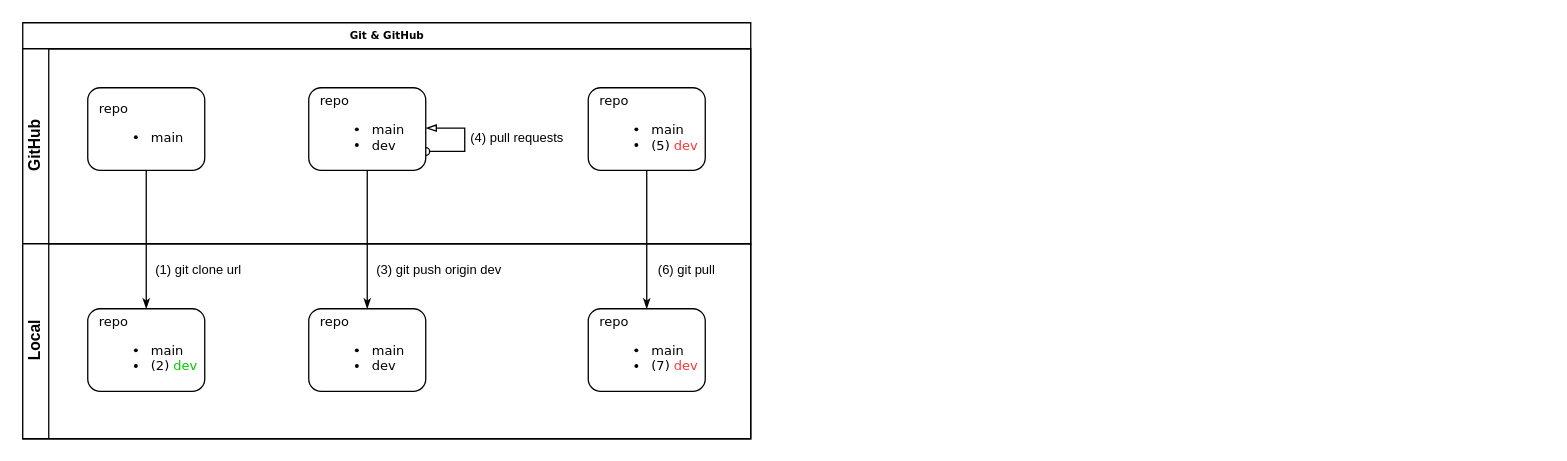
Before: Flujo colaborativo GitGitHub.drawio in dannylarrea/draw.io, a draw.io diagram. Source tidied: cells renumbered, new cells numbered last; positions are measured from the earlier drawing's top-left corner, leaving out a move shared by most shapes. Both pictures are drawn from the tidied source at 130%, with x=0, y=0 at pixel (22, 22).
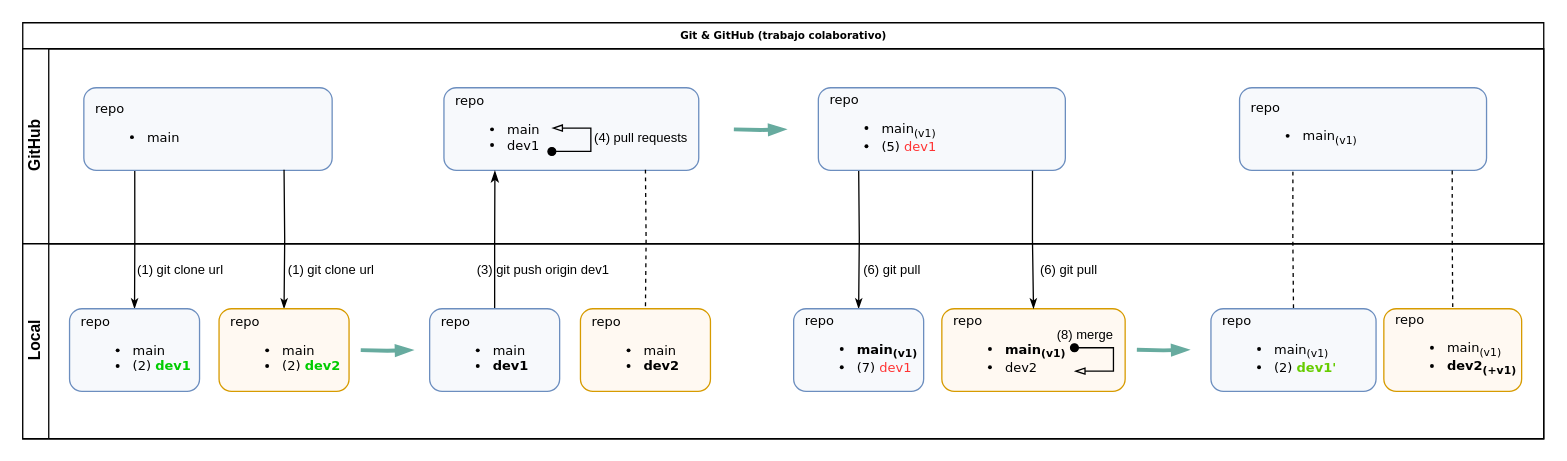
The same page after the edit.

Diff of the diagram source:
```diff
@@
+    <mxCell id="19" value="repo&lt;br style=&quot;font-size: 10px&quot;&gt;&lt;ul style=&quot;font-size: 10px&quot;&gt;&lt;li style=&quot;font-size: 10px&quot;&gt;&lt;span style=&quot;font-size: 10px&quot;&gt;&lt;b&gt;main&lt;sub&gt;(v1)&lt;/sub&gt;&lt;/b&gt;&lt;/span&gt;&lt;/li&gt;&lt;li style=&quot;font-size: 10px&quot;&gt;&lt;span style=&quot;font-size: 10px&quot;&gt;dev2&lt;/span&gt;&lt;/li&gt;&lt;/ul&gt;" style="rounded=1;whiteSpace=wrap;html=1;shadow=0;labelBackgroundColor=none;strokeWidth=1;fontFamily=Verdana;fontSize=10;align=left;spacingLeft=7;fillColor=#FFF9F2;strokeColor=#d79b00;" parent="1" vertex="1">
+      <mxGeometry x="707" y="220" width="141" height="63.5" as="geometry" />
+    </mxCell>
-    <mxCell id="2" value="Git &amp;amp; GitHub" style="swimlane;html=1;horizontal=1;startSize=20;rounded=0;shadow=0;labelBackgroundColor=none;strokeWidth=1;fontFamily=Verdana;fontSize=8;align=center;" parent="1" vertex="1">
-      <mxGeometry width="560" height="320" as="geometry" />
+    <mxCell id="2" value="Git &amp;amp; GitHub (trabajo colaborativo)" style="swimlane;html=1;horizontal=1;startSize=20;rounded=0;shadow=0;labelBackgroundColor=none;strokeWidth=1;fontFamily=Verdana;fontSize=8;align=center;" parent="1" vertex="1">
+      <mxGeometry width="1170" height="320" as="geometry" />
     </mxCell>
-    <mxCell id="3" style="edgeStyle=orthogonalEdgeStyle;rounded=0;html=1;labelBackgroundColor=none;startArrow=none;startFill=0;startSize=5;endArrow=classicThin;endFill=1;endSize=5;jettySize=auto;strokeWidth=1;fontFamily=Verdana;fontSize=8;entryX=0.5;entryY=0;entryDx=0;entryDy=0;" parent="2" edge="1" source="6" target="9">
+    <mxCell id="3" style="edgeStyle=orthogonalEdgeStyle;rounded=0;html=1;labelBackgroundColor=none;startArrow=none;startFill=0;startSize=5;endArrow=classicThin;endFill=1;endSize=5;jettySize=auto;strokeWidth=1;fontFamily=Verdana;fontSize=8;exitX=0.205;exitY=0.992;exitDx=0;exitDy=0;exitPerimeter=0;entryX=0.5;entryY=0;entryDx=0;entryDy=0;" parent="2" edge="1" source="6" target="9">
       <mxGeometry relative="1" as="geometry" />
     </mxCell>
     <mxCell id="4" value="GitHub" style="swimlane;html=1;startSize=20;horizontal=0;" parent="2" vertex="1">
-      <mxGeometry y="20" width="560" height="150" as="geometry" />
+      <mxGeometry y="20" width="1170" height="150" as="geometry" />
     </mxCell>
-    <mxCell id="5" style="endArrow=blockThin;html=1;rounded=0;fontSize=10;strokeWidth=1;endFill=0;startArrow=oval;startFill=0;" parent="4" edge="1">
-      <mxGeometry relative="1" as="geometry">
-        <mxPoint x="310" y="79" as="sourcePoint" />
-        <mxPoint x="310" y="61" as="targetPoint" />
-        <Array as="points">
-          <mxPoint x="340" y="79" />
-          <mxPoint x="340" y="61" />
-        </Array>
-      </mxGeometry>
-    </mxCell>
-    <mxCell id="6" value="repo&lt;br style=&quot;font-size: 10px;&quot;&gt;&lt;ul style=&quot;font-size: 10px;&quot;&gt;&lt;li style=&quot;font-size: 10px;&quot;&gt;&lt;span style=&quot;font-size: 10px;&quot;&gt;main&lt;/span&gt;&lt;/li&gt;&lt;/ul&gt;" style="rounded=1;whiteSpace=wrap;html=1;shadow=0;labelBackgroundColor=none;strokeWidth=1;fontFamily=Verdana;fontSize=10;align=left;spacingLeft=7;" parent="4" vertex="1">
-      <mxGeometry x="50" y="30" width="90" height="63.5" as="geometry" />
+    <mxCell id="6" value="repo&lt;br style=&quot;font-size: 10px&quot;&gt;&lt;ul style=&quot;font-size: 10px&quot;&gt;&lt;li style=&quot;font-size: 10px&quot;&gt;&lt;span style=&quot;font-size: 10px&quot;&gt;main&lt;/span&gt;&lt;/li&gt;&lt;/ul&gt;" style="rounded=1;whiteSpace=wrap;html=1;shadow=0;labelBackgroundColor=none;strokeWidth=1;fontFamily=Verdana;fontSize=10;align=left;spacingLeft=7;fillColor=#F7F9FC;strokeColor=#6c8ebf;" parent="4" vertex="1">
+      <mxGeometry x="47" y="30" width="191" height="63.5" as="geometry" />
     </mxCell>
-    <mxCell id="7" value="(4) pull requests" style="text;html=1;align=center;verticalAlign=middle;strokeColor=none;fillColor=none;fontSize=10;" parent="4" vertex="1">
-      <mxGeometry x="335" y="58" width="90" height="20" as="geometry" />
-    </mxCell>
     <mxCell id="8" value="Local" style="swimlane;html=1;startSize=20;horizontal=0;" parent="2" vertex="1">
-      <mxGeometry y="170" width="560" height="150" as="geometry" />
+      <mxGeometry y="170" width="1170" height="150" as="geometry" />
     </mxCell>
-    <mxCell id="9" value="repo&lt;br style=&quot;font-size: 10px&quot;&gt;&lt;ul style=&quot;font-size: 10px&quot;&gt;&lt;li style=&quot;font-size: 10px&quot;&gt;&lt;span style=&quot;font-size: 10px&quot;&gt;main&lt;/span&gt;&lt;/li&gt;&lt;li style=&quot;font-size: 10px&quot;&gt;&lt;span style=&quot;font-size: 10px&quot;&gt;(2) &lt;font color=&quot;#00cc00&quot;&gt;dev&lt;/font&gt;&lt;/span&gt;&lt;/li&gt;&lt;/ul&gt;" style="rounded=1;whiteSpace=wrap;html=1;shadow=0;labelBackgroundColor=none;strokeWidth=1;fontFamily=Verdana;fontSize=10;align=left;spacingLeft=7;" parent="8" vertex="1">
-      <mxGeometry x="50" y="50" width="90" height="63.5" as="geometry" />
+    <mxCell id="9" value="repo&lt;br style=&quot;font-size: 10px&quot;&gt;&lt;ul style=&quot;font-size: 10px&quot;&gt;&lt;li style=&quot;font-size: 10px&quot;&gt;&lt;span style=&quot;font-size: 10px&quot;&gt;main&lt;/span&gt;&lt;/li&gt;&lt;li style=&quot;font-size: 10px&quot;&gt;&lt;span style=&quot;font-size: 10px&quot;&gt;(2) &lt;font color=&quot;#00cc00&quot;&gt;&lt;b&gt;dev1&lt;/b&gt;&lt;/font&gt;&lt;/span&gt;&lt;/li&gt;&lt;/ul&gt;" style="rounded=1;whiteSpace=wrap;html=1;shadow=0;labelBackgroundColor=none;strokeWidth=1;fontFamily=Verdana;fontSize=10;align=left;spacingLeft=7;fillColor=#F7F9FC;strokeColor=#6c8ebf;" parent="8" vertex="1">
+      <mxGeometry x="36" y="50" width="100" height="63.5" as="geometry" />
     </mxCell>
     <mxCell id="10" value="&lt;font style=&quot;font-size: 10px&quot;&gt;(1) git clone url&lt;/font&gt;" style="text;html=1;align=center;verticalAlign=middle;strokeColor=none;fillColor=none;" parent="8" vertex="1">
-      <mxGeometry x="95" y="10" width="80" height="20" as="geometry" />
+      <mxGeometry x="81" y="10" width="80" height="20" as="geometry" />
     </mxCell>
-    <mxCell id="11" value="&lt;font style=&quot;font-size: 10px&quot;&gt;(3) git push origin dev&lt;/font&gt;" style="text;html=1;align=center;verticalAlign=middle;strokeColor=none;fillColor=none;" parent="8" vertex="1">
-      <mxGeometry x="265" y="10" width="110" height="20" as="geometry" />
-    </mxCell>
-    <mxCell id="12" value="&lt;font style=&quot;font-size: 10px&quot;&gt;(6) git pull&lt;/font&gt;" style="text;html=1;align=left;verticalAlign=middle;strokeColor=none;fillColor=none;" parent="8" vertex="1">
-      <mxGeometry x="487" y="10" width="60" height="20" as="geometry" />
-    </mxCell>
-    <mxCell id="13" style="edgeStyle=orthogonalEdgeStyle;rounded=0;html=1;labelBackgroundColor=none;startArrow=none;startFill=0;startSize=5;endArrow=classicThin;endFill=1;endSize=5;jettySize=auto;strokeWidth=1;fontFamily=Verdana;fontSize=8;entryX=0.5;entryY=0;entryDx=0;entryDy=0;" parent="1" edge="1" source="15" target="14">
-      <mxGeometry relative="1" as="geometry" />
-    </mxCell>
-    <mxCell id="14" value="repo&lt;br style=&quot;font-size: 10px&quot;&gt;&lt;ul style=&quot;font-size: 10px&quot;&gt;&lt;li style=&quot;font-size: 10px&quot;&gt;&lt;span style=&quot;font-size: 10px&quot;&gt;main&lt;/span&gt;&lt;/li&gt;&lt;li style=&quot;font-size: 10px&quot;&gt;&lt;span style=&quot;font-size: 10px&quot;&gt;dev&lt;/span&gt;&lt;/li&gt;&lt;/ul&gt;" style="rounded=1;whiteSpace=wrap;html=1;shadow=0;labelBackgroundColor=none;strokeWidth=1;fontFamily=Verdana;fontSize=10;align=left;spacingLeft=7;" parent="1" vertex="1">
-      <mxGeometry x="220" y="220" width="90" height="63.5" as="geometry" />
-    </mxCell>
-    <mxCell id="15" value="repo&lt;br&gt;&lt;ul&gt;&lt;li&gt;main&lt;/li&gt;&lt;li&gt;dev&lt;/li&gt;&lt;/ul&gt;" style="rounded=1;whiteSpace=wrap;html=1;shadow=0;labelBackgroundColor=none;strokeWidth=1;fontFamily=Verdana;fontSize=10;align=left;spacingLeft=7;" parent="1" vertex="1">
-      <mxGeometry x="220" y="50" width="90" height="63.5" as="geometry" />
-    </mxCell>
-    <mxCell id="16" style="edgeStyle=orthogonalEdgeStyle;rounded=0;html=1;labelBackgroundColor=none;startArrow=none;startFill=0;startSize=5;endArrow=classicThin;endFill=1;endSize=5;jettySize=auto;strokeWidth=1;fontFamily=Verdana;fontSize=8;entryX=0.5;entryY=0;entryDx=0;entryDy=0;" parent="1" edge="1" source="18" target="17">
-      <mxGeometry relative="1" as="geometry" />
-    </mxCell>
-    <mxCell id="17" value="repo&lt;br style=&quot;font-size: 10px&quot;&gt;&lt;ul style=&quot;font-size: 10px&quot;&gt;&lt;li style=&quot;font-size: 10px&quot;&gt;&lt;span style=&quot;font-size: 10px&quot;&gt;main&lt;/span&gt;&lt;/li&gt;&lt;li&gt;(7)&lt;font color=&quot;#ff3333&quot;&gt;&amp;nbsp;dev&lt;/font&gt;&lt;/li&gt;&lt;/ul&gt;" style="rounded=1;whiteSpace=wrap;html=1;shadow=0;labelBackgroundColor=none;strokeWidth=1;fontFamily=Verdana;fontSize=10;align=left;spacingLeft=7;" parent="1" vertex="1">
-      <mxGeometry x="435" y="220" width="90" height="63.5" as="geometry" />
-    </mxCell>
-    <mxCell id="18" value="repo&lt;br&gt;&lt;ul&gt;&lt;li&gt;main&lt;/li&gt;&lt;li&gt;(5)&lt;font color=&quot;#ff3333&quot;&gt; dev&lt;/font&gt;&lt;/li&gt;&lt;/ul&gt;" style="rounded=1;whiteSpace=wrap;html=1;shadow=0;labelBackgroundColor=none;strokeWidth=1;fontFamily=Verdana;fontSize=10;align=left;spacingLeft=7;" parent="1" vertex="1">
-      <mxGeometry x="435" y="50" width="90" height="63.5" as="geometry" />
-    </mxCell>
+    <mxCell id="20" style="edgeStyle=orthogonalEdgeStyle;rounded=0;html=1;labelBackgroundColor=none;startArrow=none;startFill=0;startSize=5;endArrow=classicThin;endFill=1;endSize=5;jettySize=auto;strokeWidth=1;fontFamily=Verdana;fontSize=8;entryX=0.5;entryY=0;entryDx=0;entryDy=0;" parent="8" edge="1" target="21">
+      <mxGeometry relative="1" as="geometry">
+        <mxPoint x="201" y="-57" as="sourcePoint" />
+      </mxGeometry>
+    </mxCell>
+    <mxCell id="21" value="repo&lt;br style=&quot;font-size: 10px&quot;&gt;&lt;ul style=&quot;font-size: 10px&quot;&gt;&lt;li style=&quot;font-size: 10px&quot;&gt;&lt;span style=&quot;font-size: 10px&quot;&gt;main&lt;/span&gt;&lt;/li&gt;&lt;li style=&quot;font-size: 10px&quot;&gt;&lt;span style=&quot;font-size: 10px&quot;&gt;(2) &lt;font color=&quot;#00cc00&quot;&gt;&lt;b&gt;dev2&lt;/b&gt;&lt;/font&gt;&lt;/span&gt;&lt;/li&gt;&lt;/ul&gt;" style="rounded=1;whiteSpace=wrap;html=1;shadow=0;labelBackgroundColor=none;strokeWidth=1;fontFamily=Verdana;fontSize=10;align=left;spacingLeft=7;fillColor=#FFF9F2;strokeColor=#d79b00;" parent="8" vertex="1">
+      <mxGeometry x="151" y="50" width="100" height="63.5" as="geometry" />
+    </mxCell>
+    <mxCell id="22" value="&lt;font style=&quot;font-size: 10px&quot;&gt;(3) git push origin dev1&lt;/font&gt;" style="text;html=1;align=center;verticalAlign=middle;strokeColor=none;fillColor=none;" parent="8" vertex="1">
+      <mxGeometry x="340" y="10" width="120" height="20" as="geometry" />
+    </mxCell>
+    <mxCell id="23" value="&lt;font style=&quot;font-size: 10px&quot;&gt;(6) git pull&lt;/font&gt;" style="text;html=1;align=left;verticalAlign=middle;strokeColor=none;fillColor=none;" parent="8" vertex="1">
+      <mxGeometry x="645" y="10" width="60" height="20" as="geometry" />
+    </mxCell>
+    <mxCell id="24" value="&lt;font style=&quot;font-size: 10px&quot;&gt;(6) git pull&lt;/font&gt;" style="text;html=1;align=left;verticalAlign=middle;strokeColor=none;fillColor=none;" parent="8" vertex="1">
+      <mxGeometry x="781" y="10" width="60" height="20" as="geometry" />
+    </mxCell>
+    <mxCell id="25" value="&lt;font style=&quot;font-size: 10px&quot;&gt;(1) git clone url&lt;/font&gt;" style="text;html=1;align=center;verticalAlign=middle;strokeColor=none;fillColor=none;" parent="8" vertex="1">
+      <mxGeometry x="197" y="10" width="80" height="20" as="geometry" />
+    </mxCell>
+    <mxCell id="26" style="endArrow=oval;html=1;rounded=0;fontSize=10;strokeWidth=1;endFill=1;startArrow=blockThin;startFill=0;" parent="8" edge="1">
+      <mxGeometry relative="1" as="geometry">
+        <mxPoint x="809" y="98" as="sourcePoint" />
+        <mxPoint x="809" y="80" as="targetPoint" />
+        <Array as="points">
+          <mxPoint x="839" y="98" />
+          <mxPoint x="839" y="80" />
+        </Array>
+      </mxGeometry>
+    </mxCell>
+    <mxCell id="27" value="(8) merge" style="text;html=1;align=center;verticalAlign=middle;strokeColor=none;fillColor=none;fontSize=10;" parent="8" vertex="1">
+      <mxGeometry x="787" y="60" width="60" height="20" as="geometry" />
+    </mxCell>
+    <mxCell id="28" style="edgeStyle=orthogonalEdgeStyle;rounded=0;orthogonalLoop=1;jettySize=auto;html=1;fontColor=#66CC00;startArrow=none;startFill=0;endArrow=blockThin;endFill=1;startSize=2;endSize=6;strokeColor=#67AB9F;strokeWidth=3;" parent="8" edge="1">
+      <mxGeometry relative="1" as="geometry">
+        <mxPoint x="260" y="81.8" as="sourcePoint" />
+        <mxPoint x="300" y="81.8" as="targetPoint" />
+      </mxGeometry>
+    </mxCell>
+    <mxCell id="29" style="edgeStyle=orthogonalEdgeStyle;rounded=0;orthogonalLoop=1;jettySize=auto;html=1;fontColor=#66CC00;startArrow=none;startFill=0;endArrow=blockThin;endFill=1;startSize=2;endSize=6;strokeColor=#67AB9F;strokeWidth=3;" parent="8" edge="1">
+      <mxGeometry relative="1" as="geometry">
+        <mxPoint x="857" y="81.5" as="sourcePoint" />
+        <mxPoint x="897" y="81.5" as="targetPoint" />
+      </mxGeometry>
+    </mxCell>
+    <mxCell id="30" style="edgeStyle=orthogonalEdgeStyle;rounded=0;orthogonalLoop=1;jettySize=auto;html=1;fontColor=#66CC00;startArrow=none;startFill=0;endArrow=blockThin;endFill=1;startSize=2;endSize=6;strokeColor=#67AB9F;strokeWidth=3;" parent="1" edge="1">
+      <mxGeometry relative="1" as="geometry">
+        <mxPoint x="547" y="82" as="sourcePoint" />
+        <mxPoint x="587" y="82" as="targetPoint" />
+      </mxGeometry>
+    </mxCell>
+    <mxCell id="31" value="repo&lt;br style=&quot;font-size: 10px&quot;&gt;&lt;ul style=&quot;font-size: 10px&quot;&gt;&lt;li style=&quot;font-size: 10px&quot;&gt;&lt;span style=&quot;font-size: 10px&quot;&gt;main&lt;/span&gt;&lt;/li&gt;&lt;li style=&quot;font-size: 10px&quot;&gt;&lt;span style=&quot;font-size: 10px&quot;&gt;dev1&lt;/span&gt;&lt;/li&gt;&lt;/ul&gt;" style="rounded=1;whiteSpace=wrap;html=1;shadow=0;labelBackgroundColor=none;strokeWidth=1;fontFamily=Verdana;fontSize=10;align=left;spacingLeft=7;fillColor=#F7F9FC;strokeColor=#6c8ebf;" parent="1" vertex="1">
+      <mxGeometry x="324" y="50" width="196" height="63.5" as="geometry" />
+    </mxCell>
+    <mxCell id="32" style="edgeStyle=orthogonalEdgeStyle;rounded=0;jettySize=auto;html=1;exitX=0.5;exitY=0;exitDx=0;exitDy=0;entryX=0.2;entryY=1.004;entryDx=0;entryDy=0;entryPerimeter=0;fontColor=#66CC00;startArrow=none;startFill=0;endArrow=classicThin;endFill=1;" parent="1" edge="1" source="33" target="31">
+      <mxGeometry relative="1" as="geometry" />
+    </mxCell>
+    <mxCell id="33" value="repo&lt;br style=&quot;font-size: 10px&quot;&gt;&lt;ul style=&quot;font-size: 10px&quot;&gt;&lt;li style=&quot;font-size: 10px&quot;&gt;&lt;span style=&quot;font-size: 10px&quot;&gt;main&lt;/span&gt;&lt;/li&gt;&lt;li style=&quot;font-size: 10px&quot;&gt;&lt;span style=&quot;font-size: 10px&quot;&gt;&lt;b&gt;dev1&lt;/b&gt;&lt;/span&gt;&lt;/li&gt;&lt;/ul&gt;" style="rounded=1;whiteSpace=wrap;html=1;shadow=0;labelBackgroundColor=none;strokeWidth=1;fontFamily=Verdana;fontSize=10;align=left;spacingLeft=7;fillColor=#F7F9FC;strokeColor=#6c8ebf;" parent="1" vertex="1">
+      <mxGeometry x="313" y="220" width="100" height="63.5" as="geometry" />
+    </mxCell>
+    <mxCell id="34" style="edgeStyle=orthogonalEdgeStyle;rounded=0;html=1;labelBackgroundColor=none;startArrow=none;startFill=0;startSize=5;endArrow=none;endFill=0;endSize=5;jettySize=auto;strokeWidth=1;fontFamily=Verdana;fontSize=8;entryX=0.5;entryY=0;entryDx=0;entryDy=0;dashed=1;" parent="1" edge="1" target="35">
+      <mxGeometry relative="1" as="geometry">
+        <mxPoint x="479" y="113" as="sourcePoint" />
+      </mxGeometry>
+    </mxCell>
+    <mxCell id="35" value="repo&lt;br style=&quot;font-size: 10px&quot;&gt;&lt;ul style=&quot;font-size: 10px&quot;&gt;&lt;li style=&quot;font-size: 10px&quot;&gt;&lt;span style=&quot;font-size: 10px&quot;&gt;main&lt;/span&gt;&lt;/li&gt;&lt;li style=&quot;font-size: 10px&quot;&gt;&lt;span style=&quot;font-size: 10px&quot;&gt;&lt;b&gt;dev2&lt;/b&gt;&lt;/span&gt;&lt;/li&gt;&lt;/ul&gt;" style="rounded=1;whiteSpace=wrap;html=1;shadow=0;labelBackgroundColor=none;strokeWidth=1;fontFamily=Verdana;fontSize=10;align=left;spacingLeft=7;fillColor=#FFF9F2;strokeColor=#d79b00;" parent="1" vertex="1">
+      <mxGeometry x="429" y="220" width="100" height="63.5" as="geometry" />
+    </mxCell>
+    <mxCell id="36" style="endArrow=blockThin;html=1;rounded=0;fontSize=10;strokeWidth=1;endFill=0;startArrow=oval;startFill=1;" parent="1" edge="1">
+      <mxGeometry relative="1" as="geometry">
+        <mxPoint x="407" y="99" as="sourcePoint" />
+        <mxPoint x="407" y="81" as="targetPoint" />
+        <Array as="points">
+          <mxPoint x="437" y="99" />
+          <mxPoint x="437" y="81" />
+        </Array>
+      </mxGeometry>
+    </mxCell>
+    <mxCell id="7" value="(4) pull requests" style="text;html=1;align=left;verticalAlign=middle;strokeColor=none;fillColor=none;fontSize=10;" parent="1" vertex="1">
+      <mxGeometry x="438" y="78" width="90" height="20" as="geometry" />
+    </mxCell>
+    <mxCell id="37" style="edgeStyle=orthogonalEdgeStyle;rounded=0;html=1;labelBackgroundColor=none;startArrow=none;startFill=0;startSize=5;endArrow=classicThin;endFill=1;endSize=5;jettySize=auto;strokeWidth=1;fontFamily=Verdana;fontSize=8;entryX=0.5;entryY=0;entryDx=0;entryDy=0;" parent="1" edge="1" target="39">
+      <mxGeometry relative="1" as="geometry">
+        <mxPoint x="643" y="110" as="sourcePoint" />
+      </mxGeometry>
+    </mxCell>
+    <mxCell id="38" value="repo&lt;br style=&quot;font-size: 10px&quot;&gt;&lt;ul style=&quot;font-size: 10px&quot;&gt;&lt;li style=&quot;font-size: 10px&quot;&gt;&lt;span style=&quot;font-size: 10px&quot;&gt;main&lt;sub&gt;(v1)&lt;/sub&gt;&lt;/span&gt;&lt;/li&gt;&lt;li style=&quot;font-size: 10px&quot;&gt;&lt;span style=&quot;font-size: 10px&quot;&gt;(5) &lt;font color=&quot;#ff3333&quot;&gt;dev1&lt;/font&gt;&lt;/span&gt;&lt;/li&gt;&lt;/ul&gt;" style="rounded=1;whiteSpace=wrap;html=1;shadow=0;labelBackgroundColor=none;strokeWidth=1;fontFamily=Verdana;fontSize=10;align=left;spacingLeft=7;fillColor=#F7F9FC;strokeColor=#6c8ebf;" parent="1" vertex="1">
+      <mxGeometry x="612" y="50" width="190" height="63.5" as="geometry" />
+    </mxCell>
+    <mxCell id="39" value="repo&lt;br style=&quot;font-size: 10px&quot;&gt;&lt;ul style=&quot;font-size: 10px&quot;&gt;&lt;li style=&quot;font-size: 10px&quot;&gt;&lt;span style=&quot;font-size: 10px&quot;&gt;&lt;b&gt;main&lt;sub&gt;(v1)&lt;/sub&gt;&lt;/b&gt;&lt;/span&gt;&lt;/li&gt;&lt;li style=&quot;font-size: 10px&quot;&gt;&lt;span style=&quot;font-size: 10px&quot;&gt;(7) &lt;font color=&quot;#ff3333&quot;&gt;dev1&lt;/font&gt;&lt;/span&gt;&lt;/li&gt;&lt;/ul&gt;" style="rounded=1;whiteSpace=wrap;html=1;shadow=0;labelBackgroundColor=none;strokeWidth=1;fontFamily=Verdana;fontSize=10;align=left;spacingLeft=7;fillColor=#F7F9FC;strokeColor=#6c8ebf;" parent="1" vertex="1">
+      <mxGeometry x="593" y="220" width="100" height="63.5" as="geometry" />
+    </mxCell>
+    <mxCell id="40" style="edgeStyle=orthogonalEdgeStyle;rounded=0;html=1;labelBackgroundColor=none;startArrow=none;startFill=0;startSize=5;endArrow=classicThin;endFill=1;endSize=5;jettySize=auto;strokeWidth=1;fontFamily=Verdana;fontSize=8;entryX=0.5;entryY=0;entryDx=0;entryDy=0;exitX=0.867;exitY=1.007;exitDx=0;exitDy=0;exitPerimeter=0;" parent="1" edge="1" source="38" target="19">
+      <mxGeometry relative="1" as="geometry" />
+    </mxCell>
+    <mxCell id="41" style="edgeStyle=orthogonalEdgeStyle;rounded=0;html=1;labelBackgroundColor=none;startArrow=none;startFill=0;startSize=5;endArrow=none;endFill=0;endSize=5;jettySize=auto;strokeWidth=1;fontFamily=Verdana;fontSize=8;exitX=0.216;exitY=1.016;exitDx=0;exitDy=0;exitPerimeter=0;entryX=0.5;entryY=0;entryDx=0;entryDy=0;dashed=1;" parent="1" edge="1" source="42" target="43">
+      <mxGeometry relative="1" as="geometry" />
+    </mxCell>
+    <mxCell id="42" value="repo&lt;br style=&quot;font-size: 10px&quot;&gt;&lt;ul style=&quot;font-size: 10px&quot;&gt;&lt;li style=&quot;font-size: 10px&quot;&gt;&lt;span style=&quot;font-size: 10px&quot;&gt;main&lt;sub&gt;(v1)&lt;/sub&gt;&lt;/span&gt;&lt;/li&gt;&lt;/ul&gt;" style="rounded=1;whiteSpace=wrap;html=1;shadow=0;labelBackgroundColor=none;strokeWidth=1;fontFamily=Verdana;fontSize=10;align=left;spacingLeft=7;fillColor=#F7F9FC;strokeColor=#6c8ebf;" parent="1" vertex="1">
+      <mxGeometry x="936" y="50" width="190" height="63.5" as="geometry" />
+    </mxCell>
+    <mxCell id="43" value="repo&lt;br style=&quot;font-size: 10px&quot;&gt;&lt;ul style=&quot;font-size: 10px&quot;&gt;&lt;li style=&quot;font-size: 10px&quot;&gt;&lt;span style=&quot;font-size: 10px&quot;&gt;main&lt;sub&gt;(v1)&lt;/sub&gt;&lt;/span&gt;&lt;/li&gt;&lt;li style=&quot;font-size: 10px&quot;&gt;&lt;span style=&quot;font-size: 10px&quot;&gt;(2) &lt;font color=&quot;#66cc00&quot;&gt;&lt;b&gt;dev1'&lt;/b&gt;&lt;/font&gt;&lt;/span&gt;&lt;/li&gt;&lt;/ul&gt;" style="rounded=1;whiteSpace=wrap;html=1;shadow=0;labelBackgroundColor=none;strokeWidth=1;fontFamily=Verdana;fontSize=10;align=left;spacingLeft=7;fillColor=#F7F9FC;strokeColor=#6c8ebf;" parent="1" vertex="1">
+      <mxGeometry x="914" y="220" width="127" height="63.5" as="geometry" />
+    </mxCell>
+    <mxCell id="44" style="edgeStyle=orthogonalEdgeStyle;rounded=0;html=1;labelBackgroundColor=none;startArrow=none;startFill=0;startSize=5;endArrow=none;endFill=0;endSize=5;jettySize=auto;strokeWidth=1;fontFamily=Verdana;fontSize=8;entryX=0.5;entryY=0;entryDx=0;entryDy=0;dashed=1;exitX=0.861;exitY=1.003;exitDx=0;exitDy=0;exitPerimeter=0;" parent="1" edge="1" source="42" target="45">
+      <mxGeometry relative="1" as="geometry" />
+    </mxCell>
+    <mxCell id="45" value="repo&lt;br style=&quot;font-size: 10px&quot;&gt;&lt;ul style=&quot;font-size: 10px&quot;&gt;&lt;li style=&quot;font-size: 10px&quot;&gt;&lt;span style=&quot;font-size: 10px&quot;&gt;main&lt;sub&gt;(v1)&lt;/sub&gt;&lt;/span&gt;&lt;/li&gt;&lt;li style=&quot;font-size: 10px&quot;&gt;&lt;span style=&quot;font-size: 10px&quot;&gt;&lt;b&gt;dev2&lt;sub&gt;(+v1)&lt;/sub&gt;&lt;/b&gt;&lt;/span&gt;&lt;/li&gt;&lt;/ul&gt;" style="rounded=1;whiteSpace=wrap;html=1;shadow=0;labelBackgroundColor=none;strokeWidth=1;fontFamily=Verdana;fontSize=10;align=left;spacingLeft=7;fillColor=#FFF9F2;strokeColor=#d79b00;" parent="1" vertex="1">
+      <mxGeometry x="1047" y="220" width="106" height="63.5" as="geometry" />
+    </mxCell>
```
